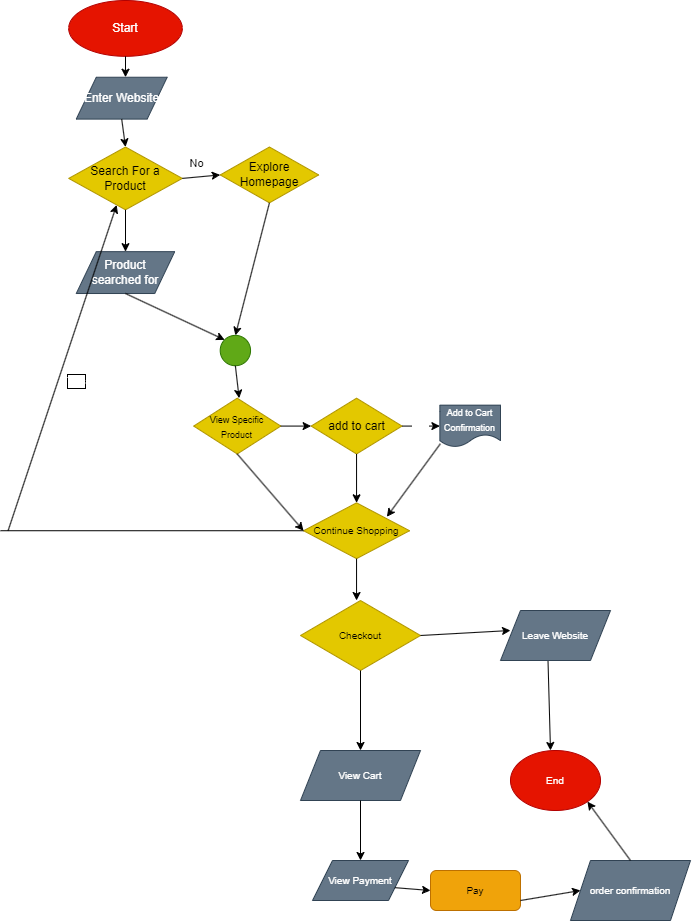
jvtang487/sp24-cse110-lab4 keeps this draw.io diagram as explore/diagramming/diagram.drawio.png. Above is the earlier version. Source tidied: cells renumbered, new cells last; positions are measured from the earlier drawing's top-left corner, leaving out a move shared by most shapes.
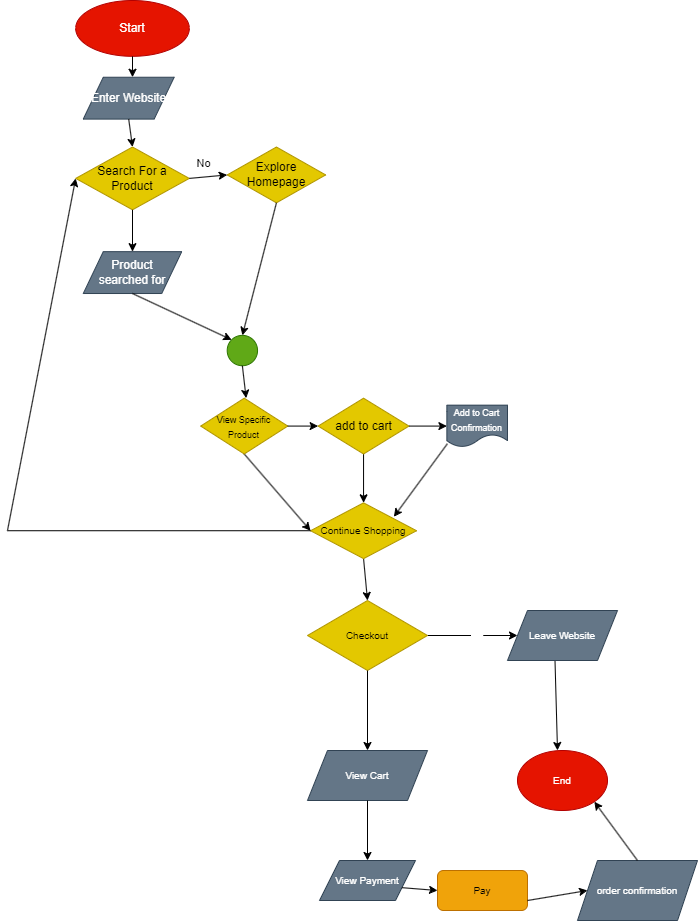
The same diagram one commit later.

What changed in the source:
```diff
@@ -2,19 +2,12 @@
   <root>
     <mxCell id="0" />
     <mxCell id="1" parent="0" />
+    <mxCell id="49" style="edgeStyle=none;html=1;exitX=1;exitY=0.5;exitDx=0;exitDy=0;entryX=0;entryY=0.5;entryDx=0;entryDy=0;fontSize=10;fontColor=#FFFFFF;" parent="1" edge="1" source="2" target="5">
+      <mxGeometry relative="1" as="geometry" />
+    </mxCell>
     <mxCell id="2" value="Checkout" style="rhombus;whiteSpace=wrap;html=1;fontSize=10;fontColor=#000000;fillColor=#e3c800;strokeColor=#B09500;" parent="1" vertex="1">
       <mxGeometry x="300" y="600" width="120" height="70" as="geometry" />
     </mxCell>
-    <mxCell id="3" style="endArrow=classic;html=1;fontSize=10;fontColor=#FFFFFF;exitX=1;exitY=0.5;exitDx=0;exitDy=0;" parent="1" edge="1" source="2">
-      <mxGeometry relative="1" as="geometry">
-        <mxPoint x="510" y="630" as="targetPoint" />
-      </mxGeometry>
-    </mxCell>
-    <mxCell id="4" value="No" style="edgeLabel;html=1;align=center;verticalAlign=middle;fontSize=10;fontColor=#FFFFFF;" parent="3" vertex="1">
-      <mxGeometry relative="1" as="geometry">
-        <mxPoint x="-5" y="-13" as="offset" />
-      </mxGeometry>
-    </mxCell>
     <mxCell id="5" value="Leave Website" style="shape=parallelogram;perimeter=parallelogramPerimeter;whiteSpace=wrap;html=1;fixedSize=1;fontSize=10;fontColor=#ffffff;fillColor=#647687;strokeColor=#314354;" parent="1" vertex="1">
       <mxGeometry x="500" y="610" width="110" height="50" as="geometry" />
     </mxCell>
@@ -109,55 +102,29 @@
         <mxPoint x="238.6" y="397.7" as="targetPoint" />
       </mxGeometry>
     </mxCell>
+    <mxCell id="35" style="edgeStyle=none;html=1;exitX=0.5;exitY=1;exitDx=0;exitDy=0;fontSize=10;fontColor=#FFFFFF;" parent="1" edge="1" source="31" target="43">
+      <mxGeometry relative="1" as="geometry" />
+    </mxCell>
     <mxCell id="31" value="add to cart" style="rhombus;whiteSpace=wrap;html=1;fillColor=#e3c800;strokeColor=#B09500;fontColor=#000000;" parent="1" vertex="1">
       <mxGeometry x="310.6" y="397.7" width="90.9" height="55.8" as="geometry" />
     </mxCell>
+    <mxCell id="40" style="edgeStyle=none;html=1;exitX=0.5;exitY=1;exitDx=0;exitDy=0;entryX=0;entryY=0.5;entryDx=0;entryDy=0;fontSize=10;fontColor=#FFFFFF;" parent="1" edge="1" source="32" target="43">
+      <mxGeometry relative="1" as="geometry" />
+    </mxCell>
     <mxCell id="32" value="&lt;font style=&quot;font-size: 9px;&quot;&gt;View Specific &lt;br&gt;Product&lt;/font&gt;" style="rhombus;whiteSpace=wrap;html=1;fontColor=#000000;fillColor=#e3c800;strokeColor=#B09500;" parent="1" vertex="1">
       <mxGeometry x="193.2" y="397.7" width="87.1" height="55.8" as="geometry" />
     </mxCell>
-    <mxCell id="33" style="endArrow=classic;html=1;fontColor=#FFFFFF;exitX=1;exitY=0.5;exitDx=0;exitDy=0;entryX=0;entryY=0.5;entryDx=0;entryDy=0;" parent="1" edge="1" source="32" target="31">
-      <mxGeometry relative="1" as="geometry" />
-    </mxCell>
-    <mxCell id="34" value="Yes" style="edgeLabel;html=1;align=center;verticalAlign=middle;fontColor=#FFFFFF;labelBorderColor=none;labelBackgroundColor=default;" parent="33" vertex="1">
-      <mxGeometry relative="1" as="geometry">
-        <mxPoint x="5" y="-21" as="offset" />
-      </mxGeometry>
-    </mxCell>
-    <mxCell id="35" style="endArrow=classic;html=1;fontColor=#FFFFFF;exitX=0.5;exitY=1;exitDx=0;exitDy=0;entryX=0.5;entryY=0;entryDx=0;entryDy=0;" parent="1" edge="1" source="31" target="43">
-      <mxGeometry relative="1" as="geometry" />
-    </mxCell>
-    <mxCell id="36" value="No" style="edgeLabel;html=1;align=center;verticalAlign=middle;fontColor=#FFFFFF;" parent="35" vertex="1">
-      <mxGeometry relative="1" as="geometry">
-        <mxPoint x="14" as="offset" />
-      </mxGeometry>
-    </mxCell>
     <mxCell id="37" value="&lt;font style=&quot;font-size: 9px;&quot;&gt;Add to Cart&lt;br&gt;Confirmation&lt;/font&gt;" style="shape=document;whiteSpace=wrap;html=1;boundedLbl=1;fontColor=#ffffff;fillColor=#647687;strokeColor=#314354;" parent="1" vertex="1">
       <mxGeometry x="439.4" y="404.7" width="60.6" height="41.9" as="geometry" />
     </mxCell>
-    <mxCell id="38" style="endArrow=classic;html=1;fontColor=#FFFFFF;" parent="1" edge="1">
-      <mxGeometry relative="1" as="geometry">
-        <mxPoint x="401.5" y="425.6" as="sourcePoint" />
-        <mxPoint x="439.4" y="425.6" as="targetPoint" />
-      </mxGeometry>
-    </mxCell>
-    <mxCell id="39" value="Yes" style="edgeLabel;html=1;align=center;verticalAlign=middle;fontColor=#FFFFFF;" parent="38" vertex="1">
-      <mxGeometry relative="1" as="geometry">
-        <mxPoint y="-6" as="offset" />
-      </mxGeometry>
-    </mxCell>
-    <mxCell id="40" style="endArrow=classic;html=1;fontColor=#FFFFFF;exitX=0.5;exitY=1;exitDx=0;exitDy=0;entryX=0;entryY=0.5;entryDx=0;entryDy=0;" parent="1" edge="1" source="32" target="43">
-      <mxGeometry relative="1" as="geometry" />
-    </mxCell>
-    <mxCell id="41" value="No" style="edgeLabel;html=1;align=center;verticalAlign=middle;fontColor=#FFFFFF;" parent="40" vertex="1">
-      <mxGeometry relative="1" as="geometry">
-        <mxPoint x="10" y="-12" as="offset" />
-      </mxGeometry>
-    </mxCell>
     <mxCell id="42" style="endArrow=classic;html=1;fontColor=#FFFFFF;exitX=0.008;exitY=0.922;exitDx=0;exitDy=0;exitPerimeter=0;" parent="1" edge="1" source="37">
       <mxGeometry relative="1" as="geometry">
         <mxPoint x="386.4" y="516.3" as="targetPoint" />
       </mxGeometry>
     </mxCell>
+    <mxCell id="50" style="edgeStyle=none;html=1;exitX=0.5;exitY=1;exitDx=0;exitDy=0;entryX=0.5;entryY=0;entryDx=0;entryDy=0;fontSize=10;fontColor=#FFFFFF;" parent="1" edge="1" source="43" target="2">
+      <mxGeometry relative="1" as="geometry" />
+    </mxCell>
     <mxCell id="43" value="&lt;font style=&quot;font-size: 10px;&quot;&gt;Continue Shopping&lt;/font&gt;" style="rhombus;whiteSpace=wrap;html=1;fontColor=#000000;fillColor=#e3c800;strokeColor=#B09500;" parent="1" vertex="1">
       <mxGeometry x="303" y="502.3" width="106.1" height="55.8" as="geometry" />
     </mxCell>
@@ -166,25 +133,31 @@
         <mxPoint y="530.2" as="sourcePoint" />
       </mxGeometry>
     </mxCell>
-    <mxCell id="45" style="endArrow=classic;html=1;fontColor=#FFFFFF;" parent="1" edge="1" target="20">
-      <mxGeometry relative="1" as="geometry">
-        <mxPoint x="7.6" y="530.2" as="sourcePoint" />
-      </mxGeometry>
-    </mxCell>
-    <mxCell id="46" value="Yes" style="edgeLabel;html=1;align=center;verticalAlign=middle;fontColor=#FFFFFF;labelBorderColor=default;" parent="45" vertex="1">
-      <mxGeometry relative="1" as="geometry">
-        <mxPoint x="14" y="13" as="offset" />
-      </mxGeometry>
-    </mxCell>
-    <mxCell id="47" style="endArrow=classic;html=1;fontColor=#FFFFFF;exitX=0.5;exitY=1;exitDx=0;exitDy=0;" parent="1" edge="1" source="43">
-      <mxGeometry relative="1" as="geometry">
-        <mxPoint x="356.1" y="600" as="targetPoint" />
-      </mxGeometry>
-    </mxCell>
-    <mxCell id="48" value="No" style="edgeLabel;html=1;align=center;verticalAlign=middle;fontColor=#FFFFFF;" parent="47" vertex="1">
-      <mxGeometry relative="1" as="geometry">
-        <mxPoint x="-21" as="offset" />
-      </mxGeometry>
-    </mxCell>
+    <mxCell id="51" style="endArrow=classic;html=1;fontSize=10;fontColor=#FFFFFF;entryX=0;entryY=0.5;entryDx=0;entryDy=0;" parent="1" edge="1" target="20">
+      <mxGeometry relative="1" as="geometry">
+        <mxPoint y="530" as="sourcePoint" />
+      </mxGeometry>
+    </mxCell>
+    <mxCell id="33" style="endArrow=classic;html=1;fontSize=10;fontColor=#FFFFFF;exitX=1;exitY=0.5;exitDx=0;exitDy=0;entryX=0;entryY=0.5;entryDx=0;entryDy=0;" parent="1" edge="1" source="32" target="31">
+      <mxGeometry relative="1" as="geometry" />
+    </mxCell>
+    <mxCell id="52" style="endArrow=classic;html=1;fontSize=10;fontColor=#FFFFFF;exitX=1;exitY=0.5;exitDx=0;exitDy=0;entryX=0;entryY=0.5;entryDx=0;entryDy=0;" parent="1" edge="1" source="31" target="37">
+      <mxGeometry relative="1" as="geometry" />
+    </mxCell>
+    <mxCell id="53" value="No" style="text;html=1;strokeColor=none;fillColor=none;align=center;verticalAlign=middle;whiteSpace=wrap;rounded=0;labelBackgroundColor=default;labelBorderColor=none;fontSize=10;fontColor=#FFFFFF;" parent="1" vertex="1">
+      <mxGeometry x="252" y="472.3" width="60" height="30" as="geometry" />
+    </mxCell>
+    <mxCell id="54" value="No" style="text;html=1;strokeColor=none;fillColor=none;align=center;verticalAlign=middle;whiteSpace=wrap;rounded=0;labelBackgroundColor=default;labelBorderColor=none;fontSize=10;fontColor=#FFFFFF;" parent="1" vertex="1">
+      <mxGeometry x="348" y="460" width="60" height="30" as="geometry" />
+    </mxCell>
+    <mxCell id="55" value="No" style="text;html=1;strokeColor=none;fillColor=none;align=center;verticalAlign=middle;whiteSpace=wrap;rounded=0;labelBackgroundColor=default;labelBorderColor=none;fontSize=10;fontColor=#FFFFFF;" parent="1" vertex="1">
+      <mxGeometry x="310.6" y="560" width="60" height="30" as="geometry" />
+    </mxCell>
+    <mxCell id="56" value="No" style="text;html=1;strokeColor=none;fillColor=none;align=center;verticalAlign=middle;whiteSpace=wrap;rounded=0;labelBackgroundColor=default;labelBorderColor=none;fontSize=10;fontColor=#FFFFFF;" parent="1" vertex="1">
+      <mxGeometry x="430" y="610" width="60" height="30" as="geometry" />
+    </mxCell>
+    <mxCell id="57" value="No" style="text;html=1;strokeColor=none;fillColor=none;align=center;verticalAlign=middle;whiteSpace=wrap;rounded=0;labelBackgroundColor=default;labelBorderColor=none;fontSize=10;fontColor=#FFFFFF;" parent="1" vertex="1">
+      <mxGeometry x="440" y="620" width="60" height="30" as="geometry" />
+    </mxCell>
   </root>
 </mxGraphModel>
```
